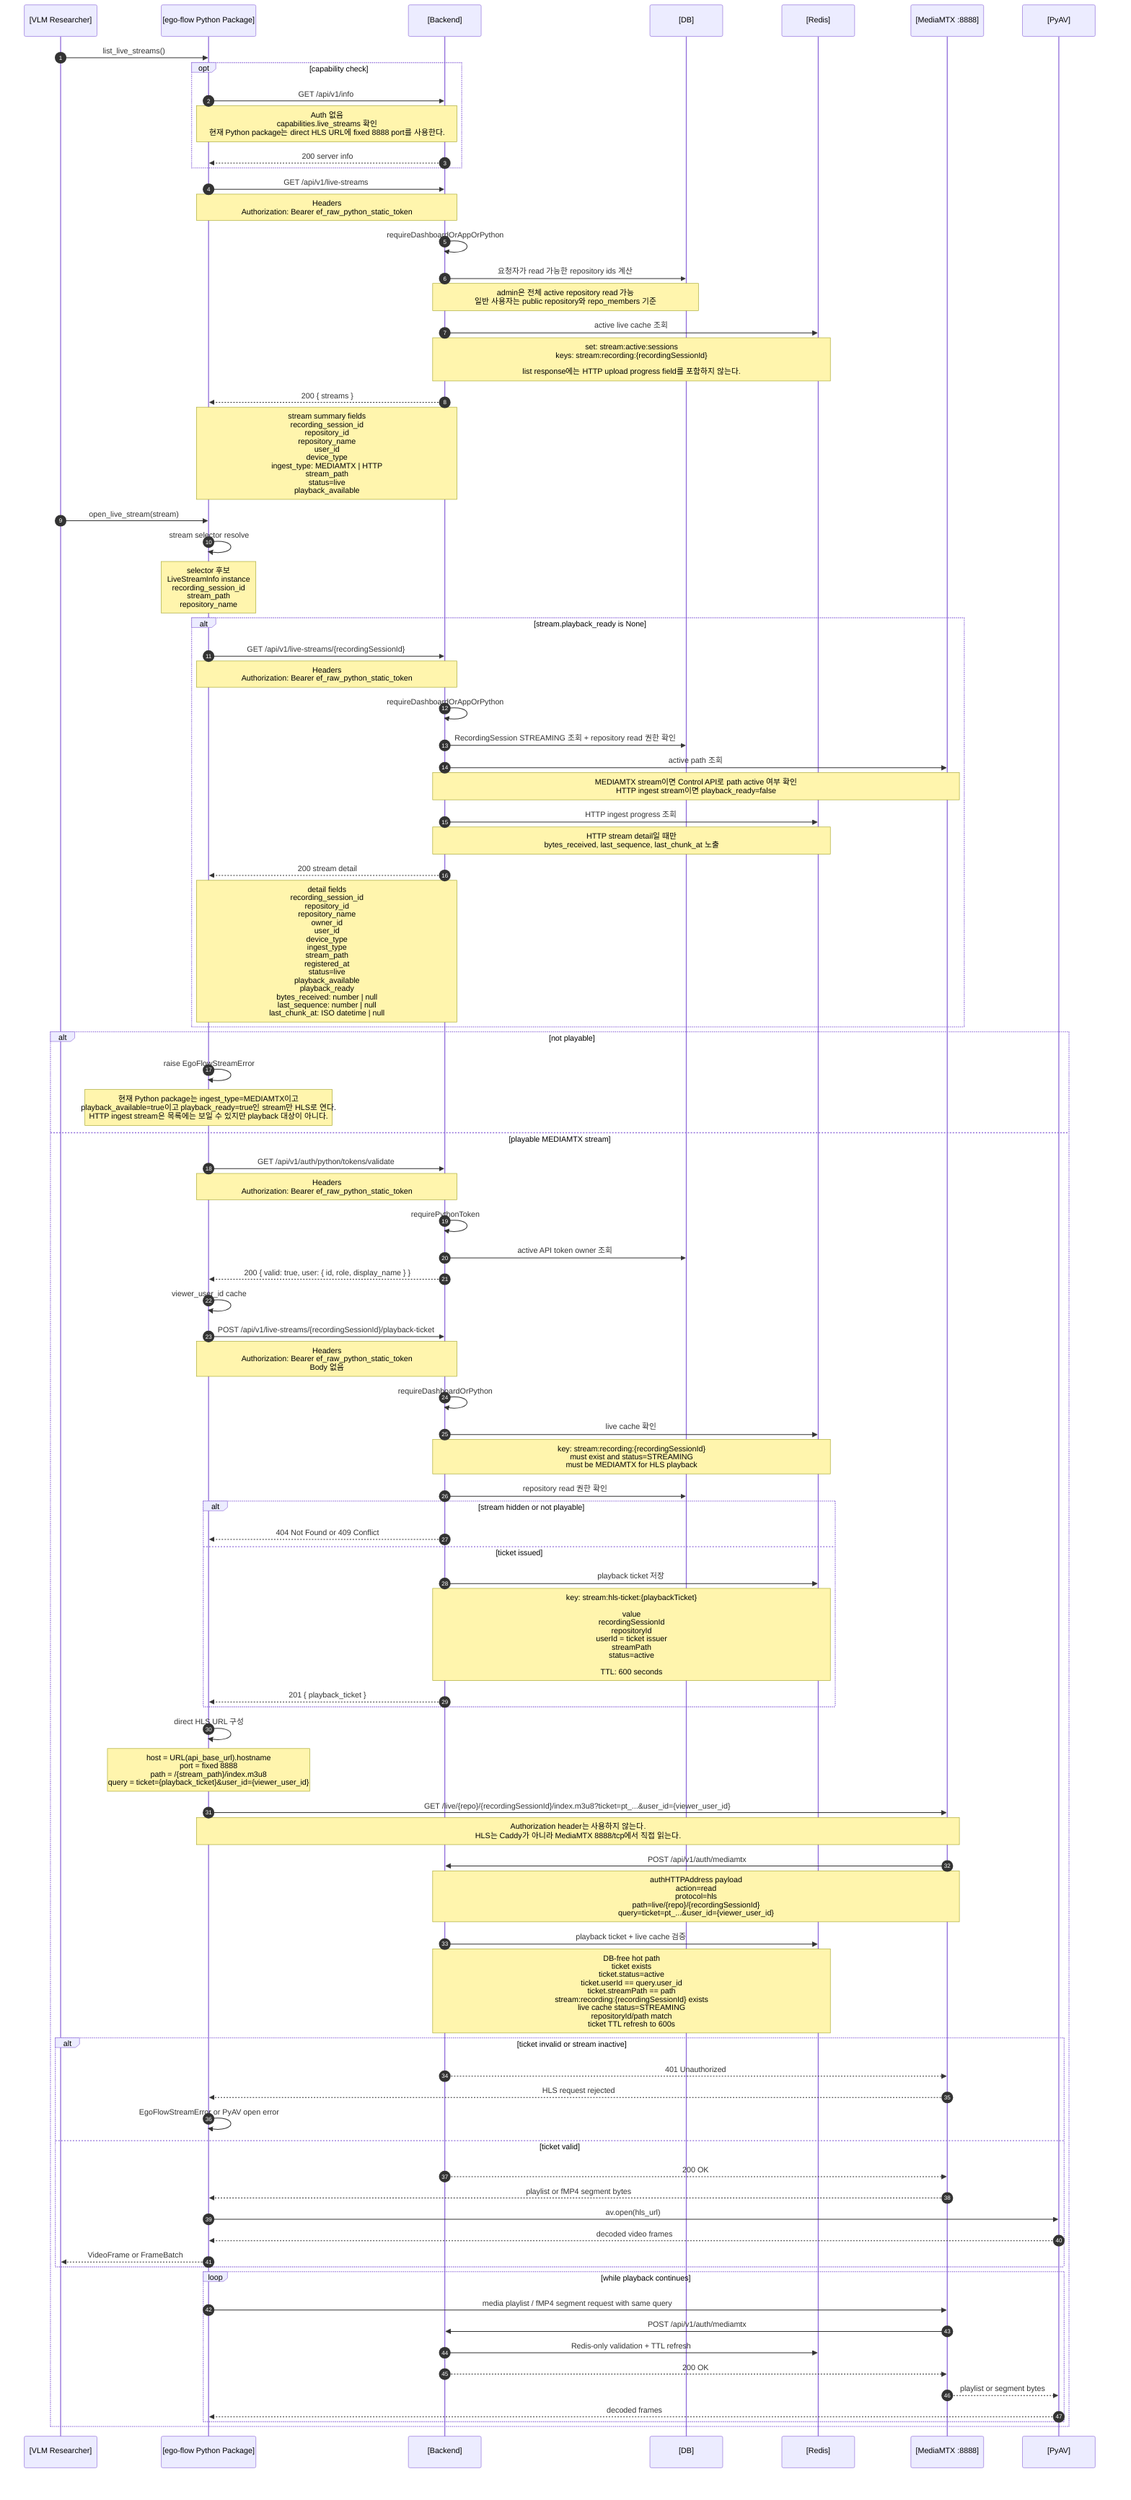
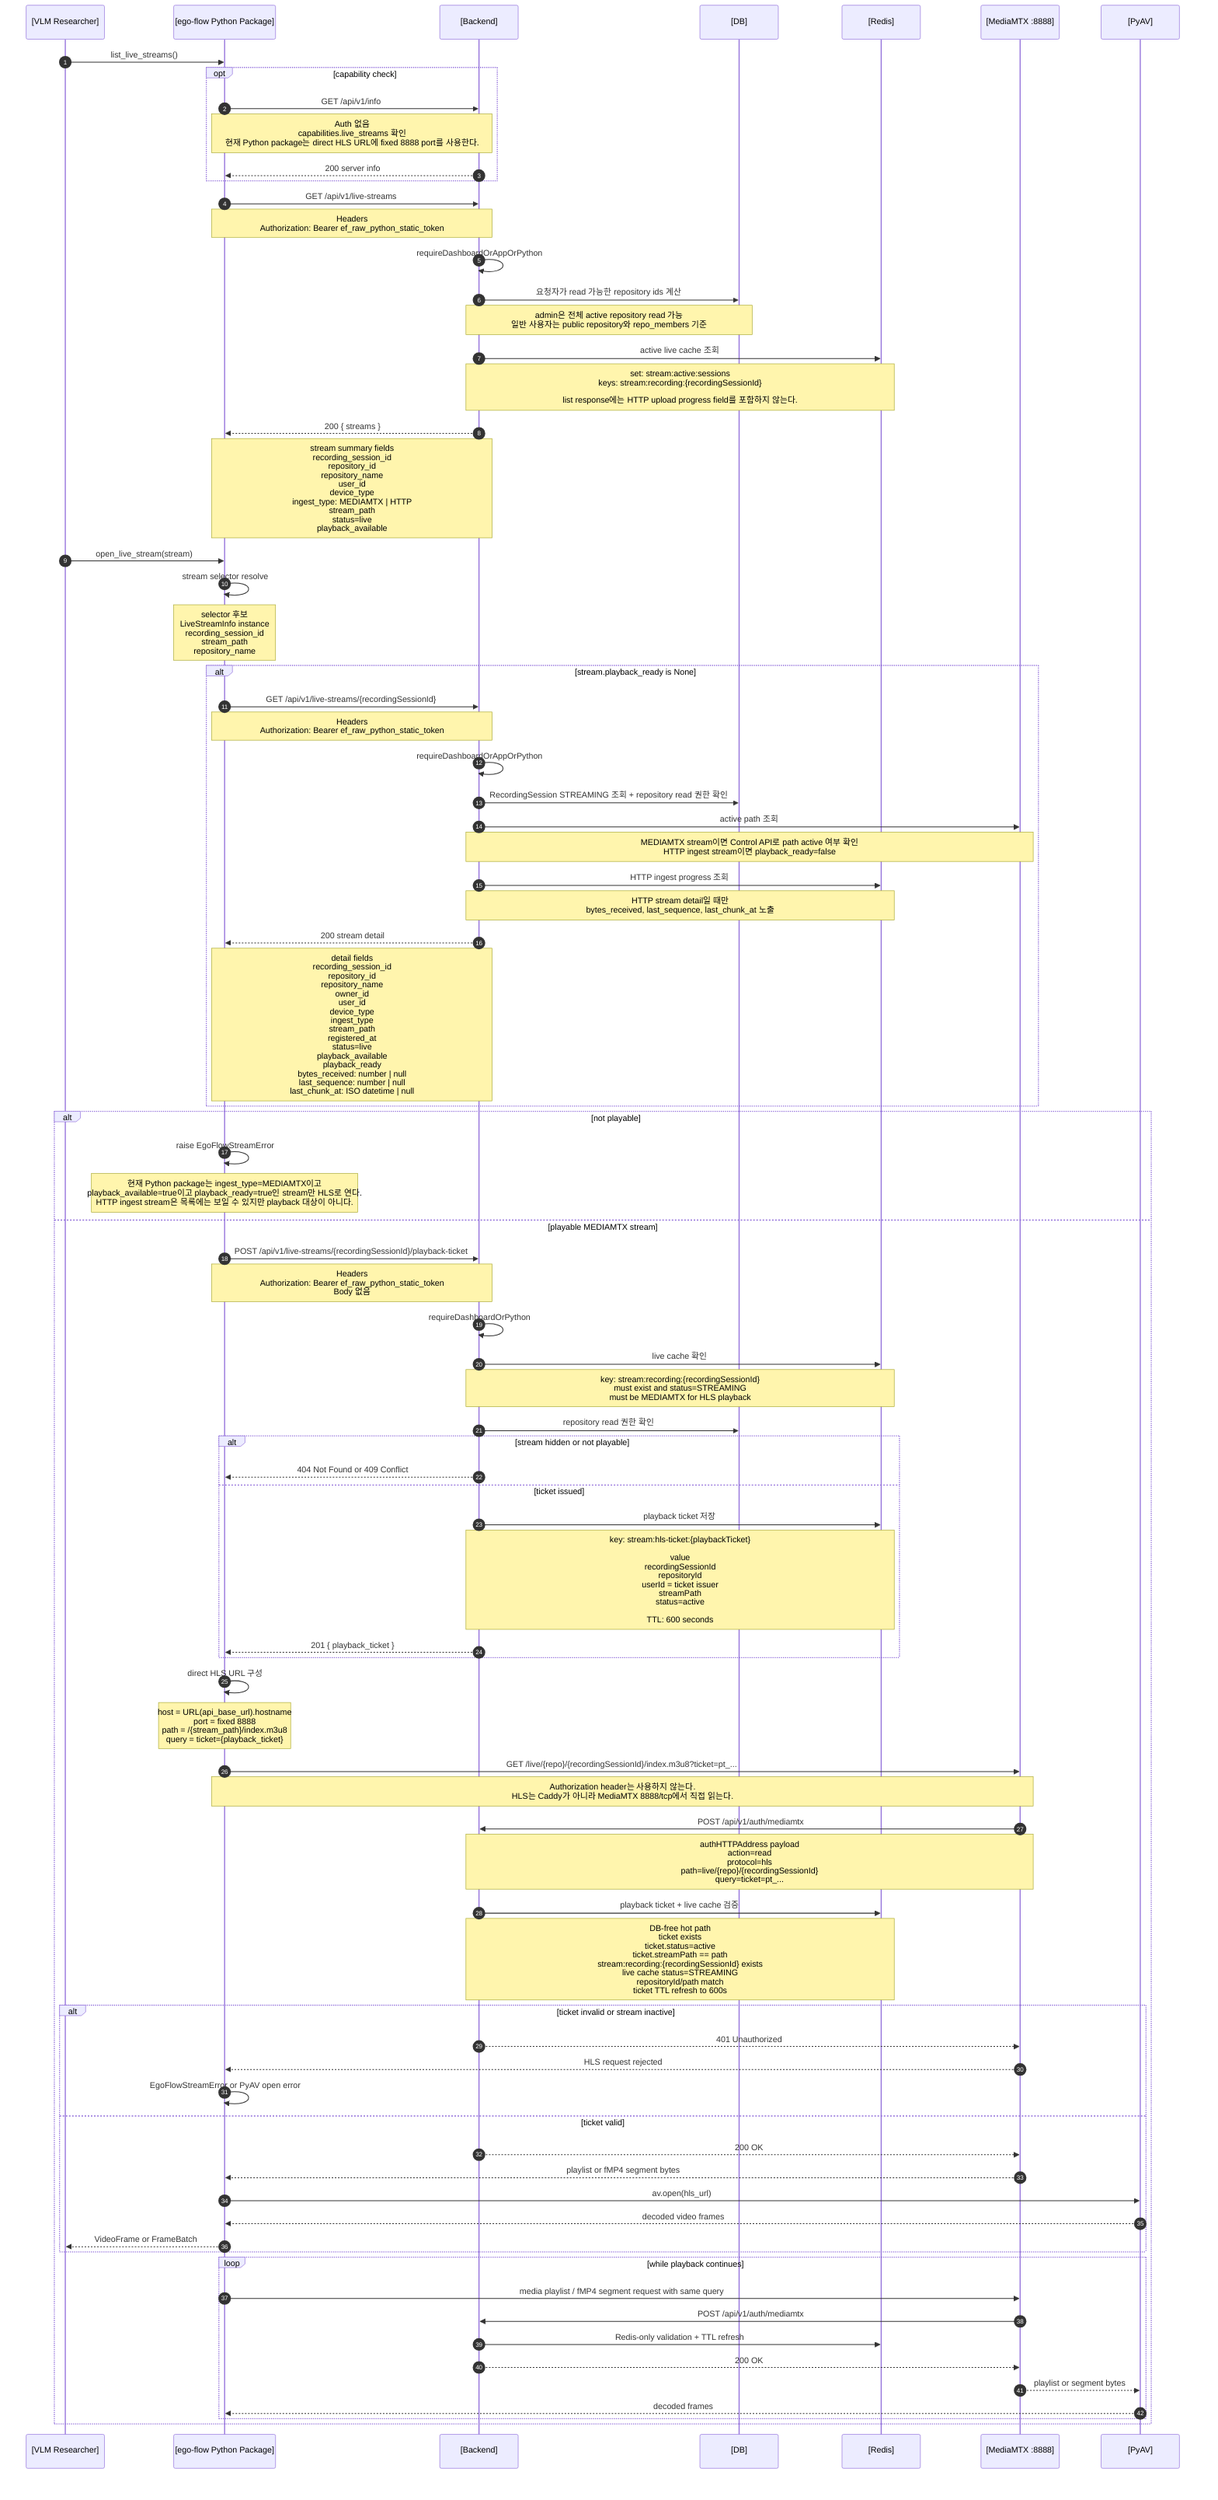
sequenceDiagram
  autonumber
  participant Researcher as [VLM Researcher]
  participant Python as [ego-flow Python Package]
  participant Backend as [Backend]
  participant DB as [DB]
  participant Redis as [Redis]
  participant MTX as [MediaMTX :8888]
  participant Decoder as [PyAV]

  Researcher->>Python: list_live_streams()
  opt capability check
    Python->>Backend: GET /api/v1/info
    Note over Python,Backend: Auth 없음<br/>capabilities.live_streams 확인<br/>현재 Python package는 direct HLS URL에 fixed 8888 port를 사용한다.
    Backend-->>Python: 200 server info
  end

  Python->>Backend: GET /api/v1/live-streams
  Note over Python,Backend: Headers<br/>Authorization: Bearer ef_raw_python_static_token

  Backend->>Backend: requireDashboardOrAppOrPython
  Backend->>DB: 요청자가 read 가능한 repository ids 계산
  Note over Backend,DB: admin은 전체 active repository read 가능<br/>일반 사용자는 public repository와 repo_members 기준
  Backend->>Redis: active live cache 조회
  Note over Backend,Redis: set: stream:active:sessions<br/>keys: stream:recording:{recordingSessionId}<br/><br/>list response에는 HTTP upload progress field를 포함하지 않는다.
  Backend-->>Python: 200 { streams }
  Note over Backend,Python: stream summary fields<br/>recording_session_id<br/>repository_id<br/>repository_name<br/>user_id<br/>device_type<br/>ingest_type: MEDIAMTX | HTTP<br/>stream_path<br/>status=live<br/>playback_available

  Researcher->>Python: open_live_stream(stream)
  Python->>Python: stream selector resolve
  Note over Python: selector 후보<br/>LiveStreamInfo instance<br/>recording_session_id<br/>stream_path<br/>repository_name

  alt stream.playback_ready is None
    Python->>Backend: GET /api/v1/live-streams/{recordingSessionId}
    Note over Python,Backend: Headers<br/>Authorization: Bearer ef_raw_python_static_token
    Backend->>Backend: requireDashboardOrAppOrPython
    Backend->>DB: RecordingSession STREAMING 조회 + repository read 권한 확인
    Backend->>MTX: active path 조회
    Note over Backend,MTX: MEDIAMTX stream이면 Control API로 path active 여부 확인<br/>HTTP ingest stream이면 playback_ready=false
    Backend->>Redis: HTTP ingest progress 조회
    Note over Backend,Redis: HTTP stream detail일 때만<br/>bytes_received, last_sequence, last_chunk_at 노출
    Backend-->>Python: 200 stream detail
    Note over Backend,Python: detail fields<br/>recording_session_id<br/>repository_id<br/>repository_name<br/>owner_id<br/>user_id<br/>device_type<br/>ingest_type<br/>stream_path<br/>registered_at<br/>status=live<br/>playback_available<br/>playback_ready<br/>bytes_received: number | null<br/>last_sequence: number | null<br/>last_chunk_at: ISO datetime | null
  end

  alt not playable
    Python->>Python: raise EgoFlowStreamError
    Note over Python: 현재 Python package는 ingest_type=MEDIAMTX이고<br/>playback_available=true이고 playback_ready=true인 stream만 HLS로 연다.<br/>HTTP ingest stream은 목록에는 보일 수 있지만 playback 대상이 아니다.
  else playable MEDIAMTX stream
-     Python->>Backend: GET /api/v1/auth/python/tokens/validate
-     Note over Python,Backend: Headers<br/>Authorization: Bearer ef_raw_python_static_token
-     Backend->>Backend: requirePythonToken
-     Backend->>DB: active API token owner 조회
-     Backend-->>Python: 200 { valid: true, user: { id, role, display_name } }
-     Python->>Python: viewer_user_id cache
- 
    Python->>Backend: POST /api/v1/live-streams/{recordingSessionId}/playback-ticket
    Note over Python,Backend: Headers<br/>Authorization: Bearer ef_raw_python_static_token<br/>Body 없음

    Backend->>Backend: requireDashboardOrPython
    Backend->>Redis: live cache 확인
    Note over Backend,Redis: key: stream:recording:{recordingSessionId}<br/>must exist and status=STREAMING<br/>must be MEDIAMTX for HLS playback
    Backend->>DB: repository read 권한 확인

    alt stream hidden or not playable
      Backend-->>Python: 404 Not Found or 409 Conflict
    else ticket issued
      Backend->>Redis: playback ticket 저장
      Note over Backend,Redis: key: stream:hls-ticket:{playbackTicket}<br/><br/>value<br/>recordingSessionId<br/>repositoryId<br/>userId = ticket issuer<br/>streamPath<br/>status=active<br/><br/>TTL: 600 seconds
      Backend-->>Python: 201 { playback_ticket }
    end

    Python->>Python: direct HLS URL 구성
-     Note over Python: host = URL(api_base_url).hostname<br/>port = fixed 8888<br/>path = /{stream_path}/index.m3u8<br/>query = ticket={playback_ticket}&user_id={viewer_user_id}
+     Note over Python: host = URL(api_base_url).hostname<br/>port = fixed 8888<br/>path = /{stream_path}/index.m3u8<br/>query = ticket={playback_ticket}

-     Python->>MTX: GET /live/{repo}/{recordingSessionId}/index.m3u8?ticket=pt_...&user_id={viewer_user_id}
+     Python->>MTX: GET /live/{repo}/{recordingSessionId}/index.m3u8?ticket=pt_...
    Note over Python,MTX: Authorization header는 사용하지 않는다.<br/>HLS는 Caddy가 아니라 MediaMTX 8888/tcp에서 직접 읽는다.

    MTX->>Backend: POST /api/v1/auth/mediamtx
-     Note over MTX,Backend: authHTTPAddress payload<br/>action=read<br/>protocol=hls<br/>path=live/{repo}/{recordingSessionId}<br/>query=ticket=pt_...&user_id={viewer_user_id}
+     Note over MTX,Backend: authHTTPAddress payload<br/>action=read<br/>protocol=hls<br/>path=live/{repo}/{recordingSessionId}<br/>query=ticket=pt_...

    Backend->>Redis: playback ticket + live cache 검증
-     Note over Backend,Redis: DB-free hot path<br/>ticket exists<br/>ticket.status=active<br/>ticket.userId == query.user_id<br/>ticket.streamPath == path<br/>stream:recording:{recordingSessionId} exists<br/>live cache status=STREAMING<br/>repositoryId/path match<br/>ticket TTL refresh to 600s
+     Note over Backend,Redis: DB-free hot path<br/>ticket exists<br/>ticket.status=active<br/>ticket.streamPath == path<br/>stream:recording:{recordingSessionId} exists<br/>live cache status=STREAMING<br/>repositoryId/path match<br/>ticket TTL refresh to 600s

    alt ticket invalid or stream inactive
      Backend-->>MTX: 401 Unauthorized
      MTX-->>Python: HLS request rejected
      Python->>Python: EgoFlowStreamError or PyAV open error
    else ticket valid
      Backend-->>MTX: 200 OK
      MTX-->>Python: playlist or fMP4 segment bytes
      Python->>Decoder: av.open(hls_url)
      Decoder-->>Python: decoded video frames
      Python-->>Researcher: VideoFrame or FrameBatch
    end

    loop while playback continues
      Python->>MTX: media playlist / fMP4 segment request with same query
      MTX->>Backend: POST /api/v1/auth/mediamtx
      Backend->>Redis: Redis-only validation + TTL refresh
      Backend-->>MTX: 200 OK
      MTX-->>Decoder: playlist or segment bytes
      Decoder-->>Python: decoded frames
    end
  end

%% 참고:
%% Python package는 Dashboard에서 발급받은 ef_ static token만 사용한다.
- %% Python package는 playback-ticket 발급 전에 /auth/python/tokens/validate로 viewer user id를 얻는다.
- %% HLS URL query는 ticket과 user_id만 사용한다. Authorization header는 HLS playlist/segment 요청에 붙이지 않는다.
+ %% HLS URL query는 ticket만 사용한다. Authorization header는 HLS playlist/segment 요청에 붙이지 않는다.
%% Python HLS client가 segment request까지 query를 유지하지 않으면 각 playlist/segment URL에 같은 query를 다시 붙여야 한다.
%% LiveStreamInfo는 recording_session_id만 사용한다. 이전 별칭은 제거했다.
%% LiveStreamInfo.from_dict는 stream_path fallback을 만들지 않는다. 서버 response에 stream_path가 없으면 playback open 단계에서 오류로 처리한다.
%% list_live_streams()는 ingest_type, playback_available, repository_id, repository_name 기준 client-side filter를 지원한다.
